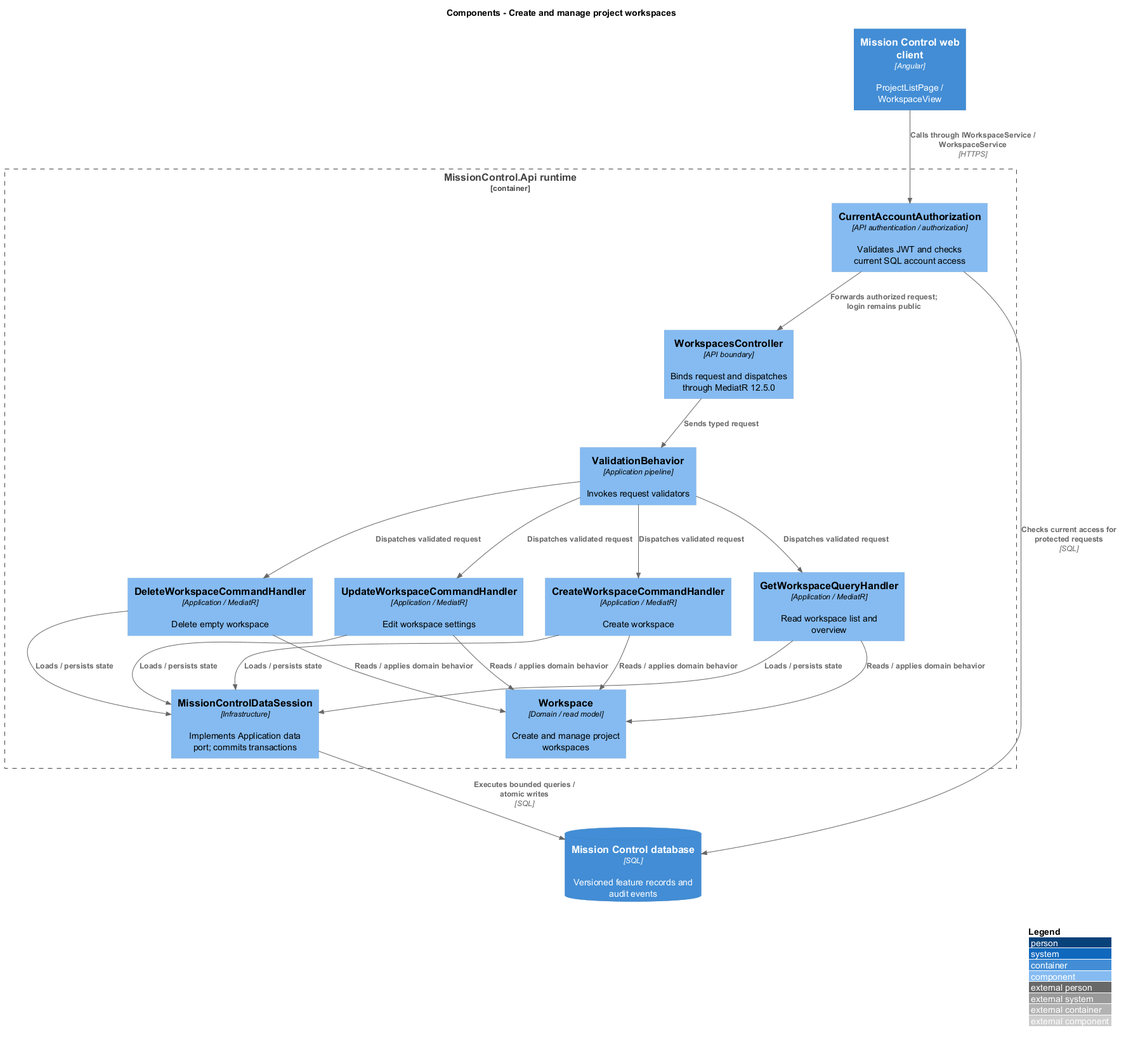
The PlantUML diagram docs/detailed-designs/projects/manage-workspaces/diagrams/c4-component.png in QuinntyneBrown/mission-control, before a commit.
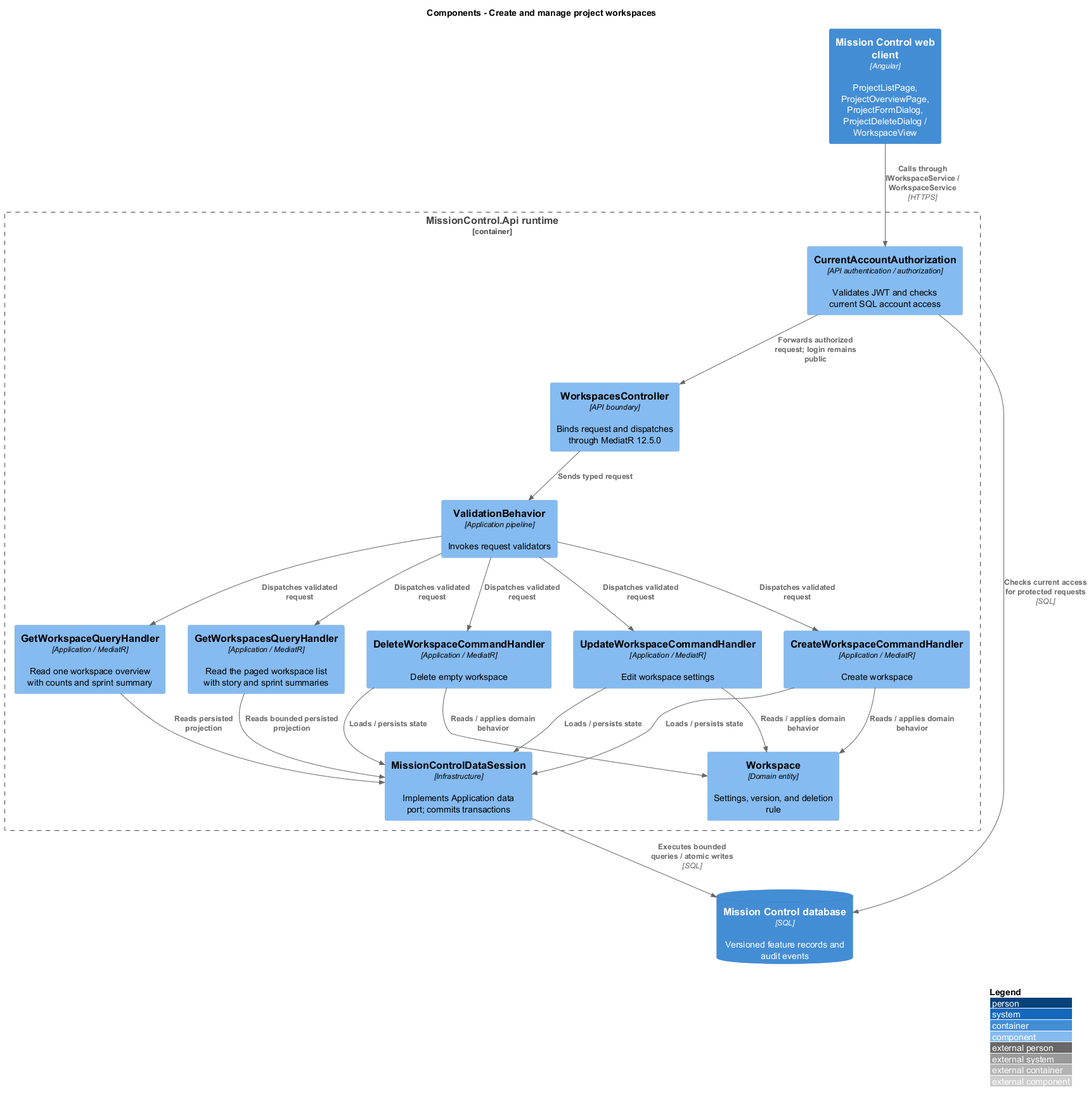
After the change.

The edit, as a diff of the source:
```diff
@@ -2,22 +2,24 @@
 !include <C4/C4_Component>
 LAYOUT_WITH_LEGEND()
 title Components - Create and manage project workspaces
-Container(web, "Mission Control web client", "Angular", "ProjectListPage / WorkspaceView")
+Container(web, "Mission Control web client", "Angular", "ProjectListPage, ProjectOverviewPage, ProjectFormDialog, ProjectDeleteDialog / WorkspaceView")
 ContainerDb(db, "Mission Control database", "SQL", "Versioned feature records and audit events")
 Container_Boundary(api, "MissionControl.Api runtime") {
   Component(ctrl, "WorkspacesController", "API boundary", "Binds request and dispatches through MediatR 12.5.0")
   Component(access, "CurrentAccountAuthorization", "API authentication / authorization", "Validates JWT and checks current SQL account access")
   Component(validation, "ValidationBehavior", "Application pipeline", "Invokes request validators")
-  Component(entity, "Workspace", "Domain / read model", "Create and manage project workspaces")
+  Component(entity, "Workspace", "Domain entity", "Settings, version, and deletion rule")
   Component(store, "MissionControlDataSession", "Infrastructure", "Implements Application data port; commits transactions")
 Rel(web, access, "Calls through IWorkspaceService / WorkspaceService", "HTTPS")
 Rel(access, db, "Checks current access for protected requests", "SQL")
 Rel(access, ctrl, "Forwards authorized request; login remains public")
 Rel(ctrl, validation, "Sends typed request")
-Component(h0, "GetWorkspaceQueryHandler", "Application / MediatR", "Read workspace list and overview")
+Component(h0, "GetWorkspacesQueryHandler", "Application / MediatR", "Read the paged workspace list with story and sprint summaries")
 Rel(validation, h0, "Dispatches validated request")
-Rel(h0, entity, "Reads / applies domain behavior")
-Rel(h0, store, "Loads / persists state")
+Rel(h0, store, "Reads bounded persisted projection")
+Component(h4, "GetWorkspaceQueryHandler", "Application / MediatR", "Read one workspace overview with counts and sprint summary")
+Rel(validation, h4, "Dispatches validated request")
+Rel(h4, store, "Reads persisted projection")
 Component(h1, "CreateWorkspaceCommandHandler", "Application / MediatR", "Create workspace")
 Rel(validation, h1, "Dispatches validated request")
 Rel(h1, entity, "Reads / applies domain behavior")
```
